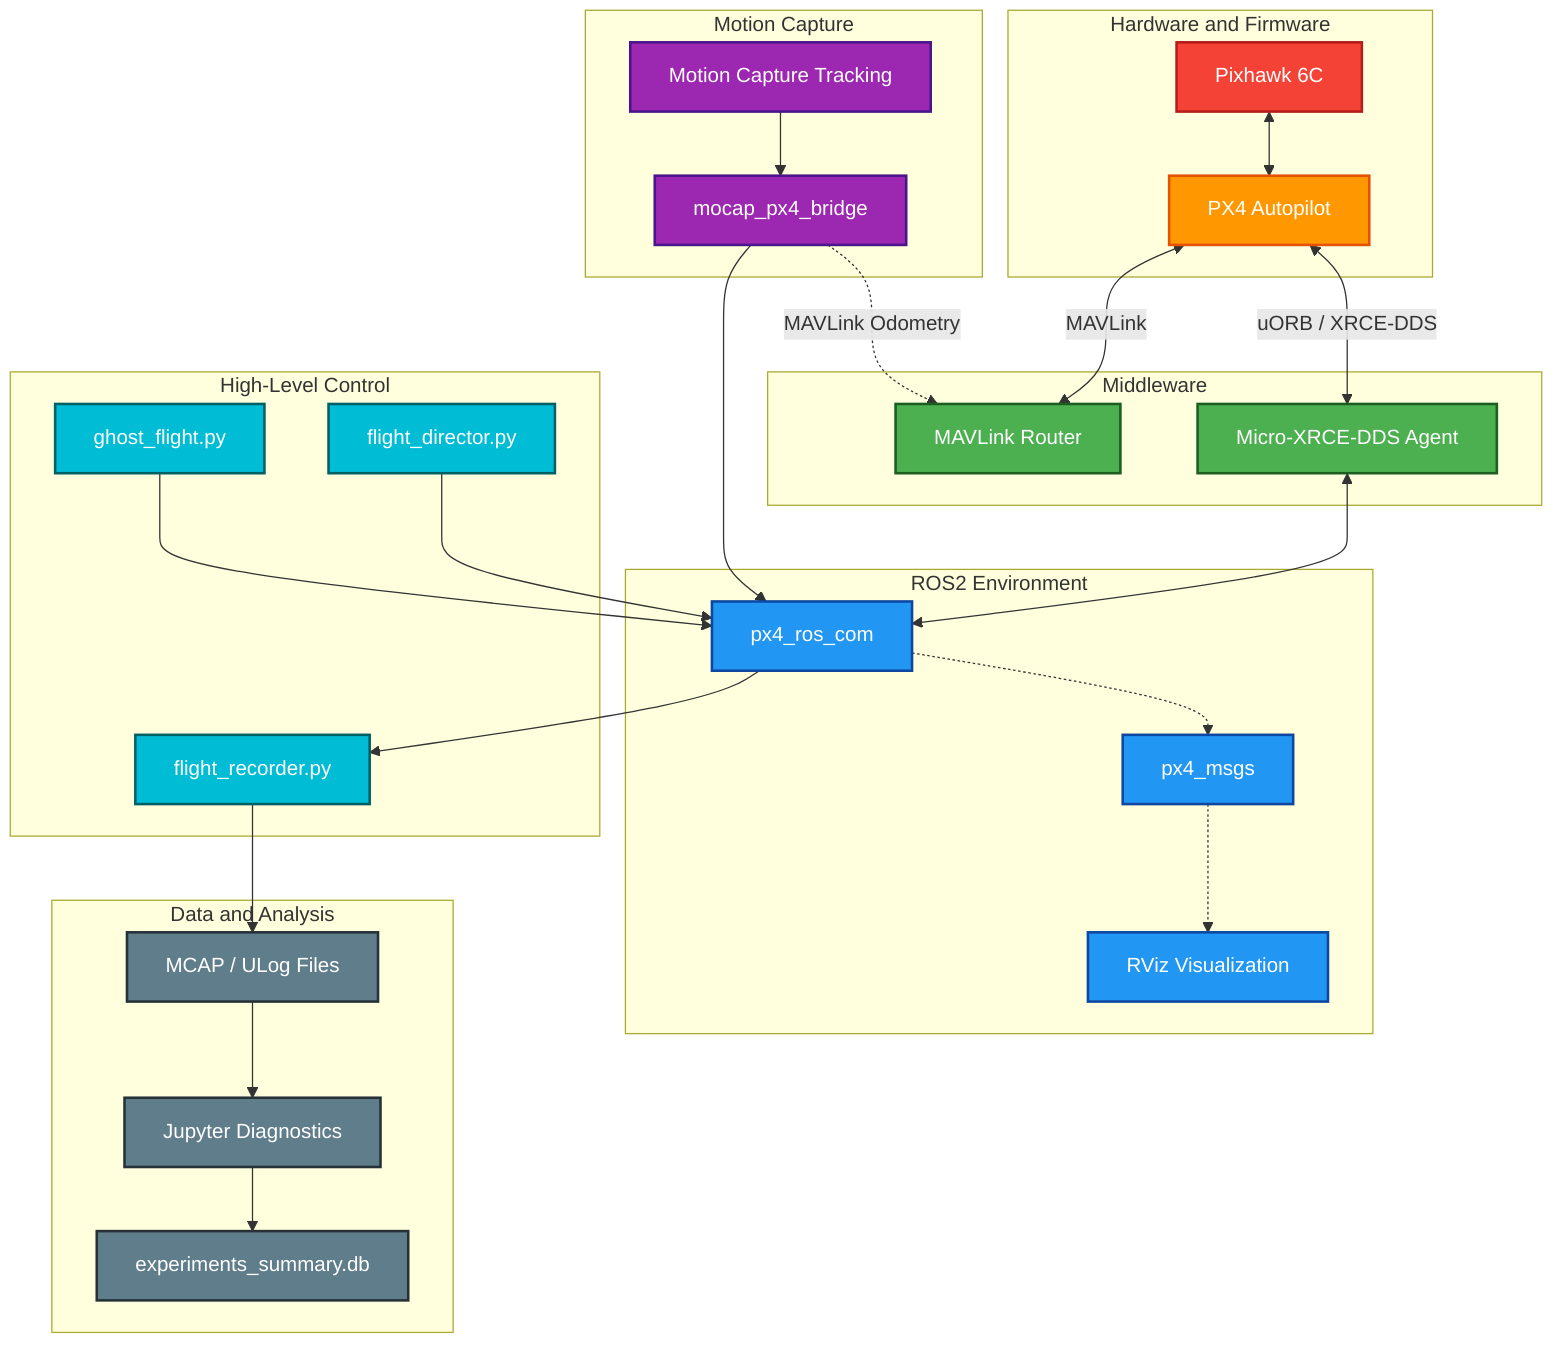
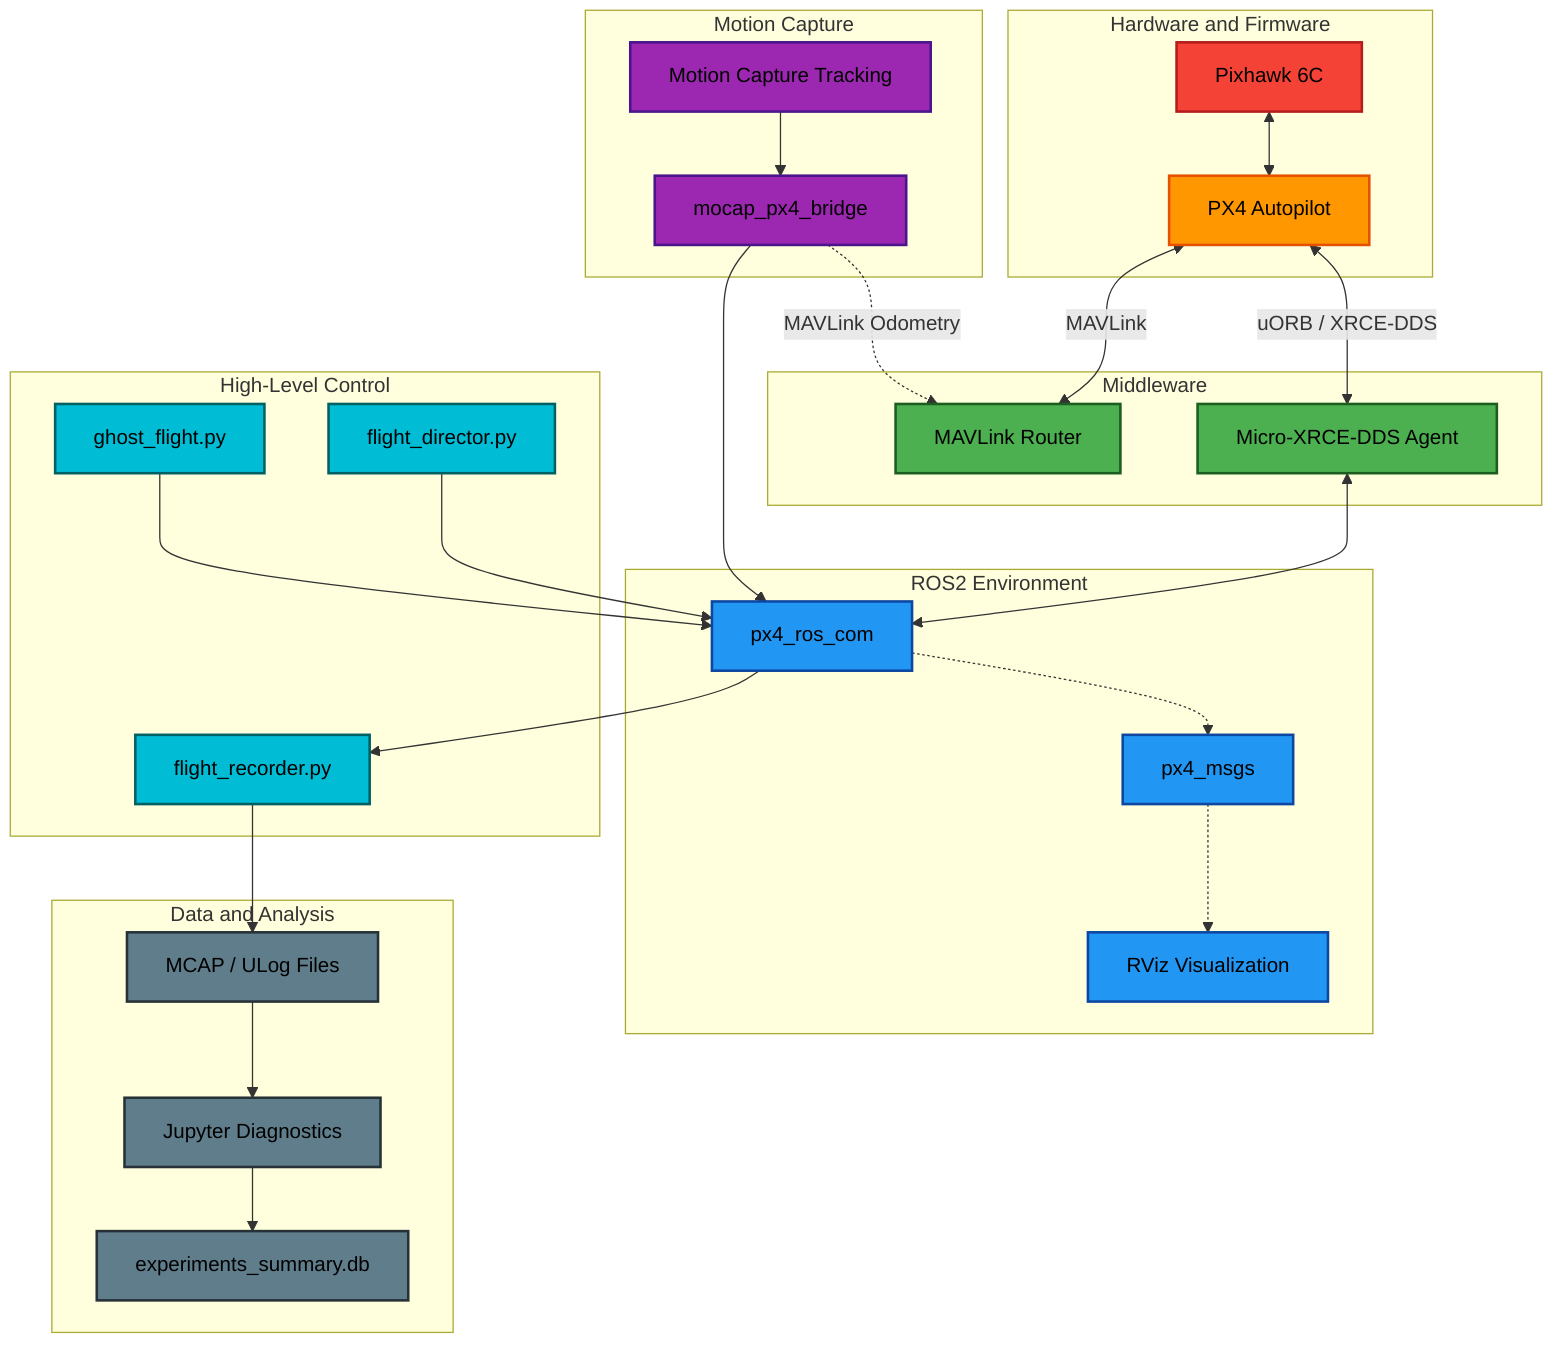
%% Drone Software Stack Architecture
graph TD
    %% Nodes and Relationships
    subgraph Hardware and Firmware
        Pixhawk[Pixhawk 6C]
        PX4[PX4 Autopilot]
        Pixhawk <--> PX4
    end

    subgraph Middleware
        MavlinkRouter[MAVLink Router]
        MicroXRCE[Micro-XRCE-DDS Agent]
        PX4 <-->|MAVLink| MavlinkRouter
        PX4 <-->|uORB / XRCE-DDS| MicroXRCE
    end

    subgraph ROS2 Environment
        PX4ROSCom[px4_ros_com]
        PX4Msgs[px4_msgs]
        Rviz[RViz Visualization]
        MicroXRCE <--> PX4ROSCom
        PX4ROSCom -.-> PX4Msgs
        PX4Msgs -.-> Rviz
    end

    subgraph Motion Capture
        MocapTracking[Motion Capture Tracking]
        MocapBridge[mocap_px4_bridge]
        MocapTracking --> MocapBridge
        MocapBridge --> PX4ROSCom
        MocapBridge -.->|MAVLink Odometry| MavlinkRouter
    end

    subgraph High-Level Control
        FlightDirector[flight_director.py]
        FlightRecorder[flight_recorder.py]
        GhostFlight[ghost_flight.py]
        FlightDirector --> PX4ROSCom
        GhostFlight --> PX4ROSCom
        PX4ROSCom --> FlightRecorder
    end

    subgraph Data and Analysis
        Logs[MCAP / ULog Files]
        Jupyter[Jupyter Diagnostics]
        SQLite[experiments_summary.db]
        FlightRecorder --> Logs
        Logs --> Jupyter
        Jupyter --> SQLite
    end

    %% Class Definitions
-     classDef hardware fill:#f44336,stroke:#b71c1c,stroke-width:2px,color:#fff;
-     classDef firmware fill:#ff9800,stroke:#e65100,stroke-width:2px,color:#fff;
-     classDef middleware fill:#4caf50,stroke:#1b5e20,stroke-width:2px,color:#fff;
-     classDef ros fill:#2196f3,stroke:#0d47a1,stroke-width:2px,color:#fff;
-     classDef mocap fill:#9c27b0,stroke:#4a148c,stroke-width:2px,color:#fff;
-     classDef control fill:#00bcd4,stroke:#006064,stroke-width:2px,color:#fff;
-     classDef analysis fill:#607d8b,stroke:#263238,stroke-width:2px,color:#fff;
+     classDef hardware fill:#f44336,stroke:#b71c1c,stroke-width:2px,color:#000;
+     classDef firmware fill:#ff9800,stroke:#e65100,stroke-width:2px,color:#000;
+     classDef middleware fill:#4caf50,stroke:#1b5e20,stroke-width:2px,color:#000;
+     classDef ros fill:#2196f3,stroke:#0d47a1,stroke-width:2px,color:#000;
+     classDef mocap fill:#9c27b0,stroke:#4a148c,stroke-width:2px,color:#000;
+     classDef control fill:#00bcd4,stroke:#006064,stroke-width:2px,color:#000;
+     classDef analysis fill:#607d8b,stroke:#263238,stroke-width:2px,color:#000;

    %% Class Assignments
    class Pixhawk hardware;
    class PX4 firmware;
    class MavlinkRouter,MicroXRCE middleware;
    class PX4ROSCom,PX4Msgs,Rviz ros;
    class MocapTracking,MocapBridge mocap;
    class FlightDirector,FlightRecorder,GhostFlight control;
    class Logs,Jupyter,SQLite analysis;
